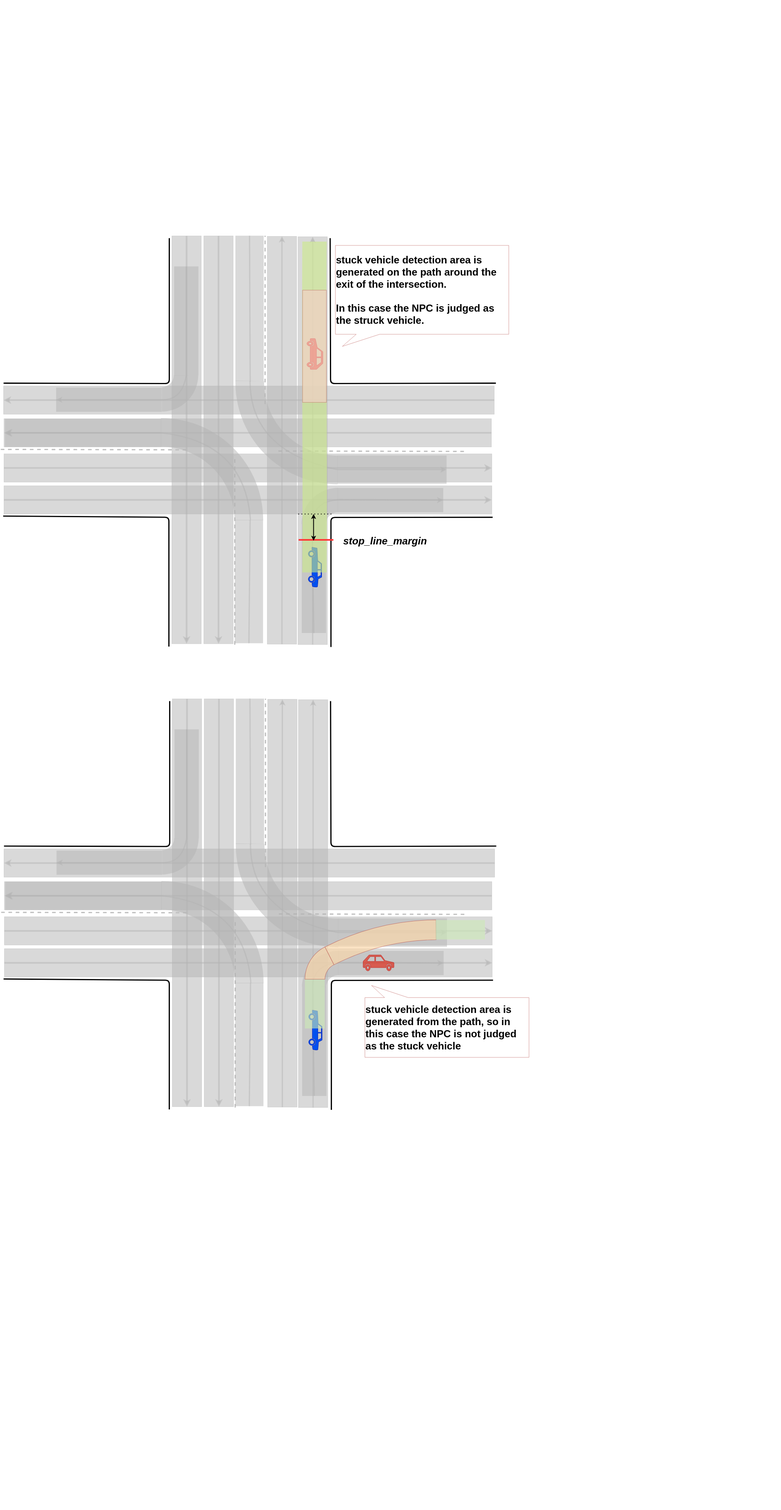
zusizusi/autoware.universe keeps this draw.io diagram as pr-3899/planning/behavior_velocity_intersection_module/docs/stuck-vehicle.drawio.svg. Above is the earlier version. Source tidied: cells renumbered, new cells last; positions are measured from the earlier drawing's top-left corner, leaving out a move shared by most shapes.
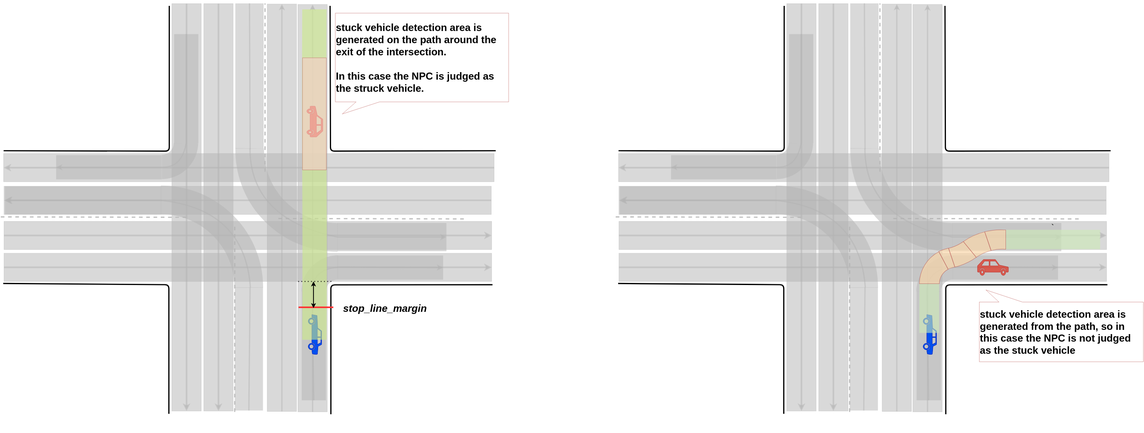
The same diagram one commit later.

What changed in the source:
```diff
@@ -4,12 +4,2 @@
     <mxCell id="1" parent="0" />
-    <mxCell id="2" style="endArrow=classic;html=1;dashed=1;edgeStyle=orthogonalEdgeStyle;elbow=vertical;strokeColor=none;rounded=0;" parent="1" edge="1">
-      <mxGeometry relative="1" as="geometry">
-        <mxPoint x="1262" as="sourcePoint" />
-        <mxPoint x="1502" y="10" as="targetPoint" />
-        <Array as="points">
-          <mxPoint x="1262" y="270" />
-          <mxPoint x="1502" y="270" />
-        </Array>
-      </mxGeometry>
-    </mxCell>
     <mxCell id="3" style="rounded=0;whiteSpace=wrap;html=1;fillColor=#B3B3B3;rotation=-180;fontColor=#333333;strokeColor=#B3B3B3;opacity=50;direction=west;" parent="1" vertex="1">
@@ -248,3 +238,3 @@
     <mxCell id="61" style="rounded=0;whiteSpace=wrap;html=1;fillColor=#B3B3B3;rotation=-180;fontColor=#333333;strokeColor=#B3B3B3;opacity=50;direction=west;" parent="1" vertex="1">
-      <mxGeometry x="53" y="2094" width="1214" height="69.9" as="geometry" />
+      <mxGeometry x="1574" y="948" width="1214" height="69.9" as="geometry" />
     </mxCell>
@@ -252,6 +242,6 @@
       <mxGeometry relative="1" as="geometry">
-        <mxPoint x="53" y="2087" as="sourcePoint" />
-        <mxPoint x="463" y="1728" as="targetPoint" />
+        <mxPoint x="1574" y="941" as="sourcePoint" />
+        <mxPoint x="1984" y="582" as="targetPoint" />
         <Array as="points">
-          <mxPoint x="463" y="2088" />
+          <mxPoint x="1984" y="942" />
         </Array>
@@ -261,6 +251,6 @@
       <mxGeometry relative="1" as="geometry">
-        <mxPoint x="52" y="2416" as="sourcePoint" />
-        <mxPoint x="462" y="2739" as="targetPoint" />
+        <mxPoint x="1573" y="1270" as="sourcePoint" />
+        <mxPoint x="1983" y="1593" as="targetPoint" />
         <Array as="points">
-          <mxPoint x="462" y="2419" />
+          <mxPoint x="1983" y="1273" />
         </Array>
@@ -270,6 +260,6 @@
       <mxGeometry relative="1" as="geometry">
-        <mxPoint x="1271" y="2087" as="sourcePoint" />
-        <mxPoint x="861" y="1728" as="targetPoint" />
+        <mxPoint x="2792" y="941" as="sourcePoint" />
+        <mxPoint x="2382" y="582" as="targetPoint" />
         <Array as="points">
-          <mxPoint x="862" y="2088" />
+          <mxPoint x="2383" y="942" />
         </Array>
@@ -279,4 +269,4 @@
       <mxGeometry relative="1" as="geometry">
-        <mxPoint x="625" y="2734.3" as="sourcePoint" />
-        <mxPoint x="625" y="2266" as="targetPoint" />
+        <mxPoint x="2146" y="1588.3" as="sourcePoint" />
+        <mxPoint x="2146" y="1120" as="targetPoint" />
       </mxGeometry>
@@ -285,6 +275,6 @@
       <mxGeometry relative="1" as="geometry">
-        <mxPoint x="1263" y="2419" as="sourcePoint" />
-        <mxPoint x="863" y="2740" as="targetPoint" />
+        <mxPoint x="2784" y="1273" as="sourcePoint" />
+        <mxPoint x="2384" y="1594" as="targetPoint" />
         <Array as="points">
-          <mxPoint x="863" y="2419.5" />
+          <mxPoint x="2384" y="1273.5" />
         </Array>
@@ -293,6 +283,6 @@
     <mxCell id="67" style="rounded=0;whiteSpace=wrap;html=1;fillColor=#B3B3B3;rotation=90;fontColor=#333333;strokeColor=#B3B3B3;opacity=50;direction=west;" parent="1" vertex="1">
-      <mxGeometry x="1" y="2191" width="1009.5" height="72.6" as="geometry" />
+      <mxGeometry x="1522" y="1045" width="1009.5" height="72.6" as="geometry" />
     </mxCell>
     <mxCell id="68" style="rounded=0;whiteSpace=wrap;html=1;fillColor=#B3B3B3;rotation=90;fontColor=#333333;strokeColor=#B3B3B3;opacity=50;direction=west;" parent="1" vertex="1">
-      <mxGeometry x="80" y="2191" width="1009.5" height="72.6" as="geometry" />
+      <mxGeometry x="1601" y="1045" width="1009.5" height="72.6" as="geometry" />
     </mxCell>
@@ -300,4 +290,4 @@
       <mxGeometry relative="1" as="geometry">
-        <mxPoint x="733" y="2255" as="sourcePoint" />
-        <mxPoint x="1193" y="2256" as="targetPoint" />
+        <mxPoint x="2254" y="1109" as="sourcePoint" />
+        <mxPoint x="2714" y="1110" as="targetPoint" />
       </mxGeometry>
@@ -305,3 +295,3 @@
     <mxCell id="70" style="rounded=0;whiteSpace=wrap;html=1;fillColor=#B3B3B3;rotation=-180;fontColor=#333333;strokeColor=#B3B3B3;opacity=50;direction=west;" parent="1" vertex="1">
-      <mxGeometry x="54" y="2341" width="1207" height="69.9" as="geometry" />
+      <mxGeometry x="1575" y="1195" width="1207" height="69.9" as="geometry" />
     </mxCell>
@@ -321,4 +311,4 @@
       <mxGeometry relative="1" as="geometry">
-        <mxPoint x="700" y="2139" as="sourcePoint" />
-        <mxPoint x="700" y="1722" as="targetPoint" />
+        <mxPoint x="2221" y="993" as="sourcePoint" />
+        <mxPoint x="2221" y="576" as="targetPoint" />
       </mxGeometry>
@@ -327,4 +317,4 @@
       <mxGeometry relative="1" as="geometry">
-        <mxPoint x="46" y="2251" as="sourcePoint" />
-        <mxPoint x="506" y="2252" as="targetPoint" />
+        <mxPoint x="1567" y="1105" as="sourcePoint" />
+        <mxPoint x="2027" y="1106" as="targetPoint" />
       </mxGeometry>
@@ -332,6 +322,6 @@
     <mxCell id="77" style="rounded=0;whiteSpace=wrap;html=1;fillColor=#B3B3B3;rotation=-180;fontColor=#333333;strokeColor=#B3B3B3;opacity=50;direction=west;" parent="1" vertex="1">
-      <mxGeometry x="54" y="2175" width="1206" height="69.9" as="geometry" />
+      <mxGeometry x="1575" y="1029" width="1206" height="69.9" as="geometry" />
     </mxCell>
     <mxCell id="78" style="rounded=0;whiteSpace=wrap;html=1;fillColor=#B3B3B3;rotation=-180;fontColor=#333333;strokeColor=#B3B3B3;opacity=50;direction=west;" parent="1" vertex="1">
-      <mxGeometry x="54" y="2262" width="1207" height="69.9" as="geometry" />
+      <mxGeometry x="1575" y="1116" width="1207" height="69.9" as="geometry" />
     </mxCell>
@@ -344,3 +334,3 @@
     <mxCell id="81" style="group;rotation=90;" parent="1" vertex="1">
-      <mxGeometry x="748.8" y="2313.5" width="396.2" height="387.9" as="geometry" />
+      <mxGeometry x="2269.8" y="1167.5" width="396.2" height="387.9" as="geometry" />
     </mxCell>
@@ -369,3 +359,3 @@
     <mxCell id="88" style="group;" parent="1" vertex="1">
-      <mxGeometry x="521.6" y="1721.9" width="716.7" height="720.3" as="geometry" />
+      <mxGeometry x="2042.6" y="575.9" width="716.7" height="720.3" as="geometry" />
     </mxCell>
@@ -394,3 +384,3 @@
     <mxCell id="95" style="group;rotation=90;" parent="1" vertex="1">
-      <mxGeometry x="179" y="1803" width="396.2" height="387.2" as="geometry" />
+      <mxGeometry x="1700" y="657" width="396.2" height="387.2" as="geometry" />
     </mxCell>
@@ -419,3 +409,3 @@
     <mxCell id="102" style="rounded=0;whiteSpace=wrap;html=1;fillColor=#B3B3B3;rotation=-90;fontColor=#333333;strokeColor=#B3B3B3;opacity=50;direction=west;" parent="1" vertex="1">
-      <mxGeometry x="237" y="2192" width="1009.5" height="72.6" as="geometry" />
+      <mxGeometry x="1758" y="1046" width="1009.5" height="72.6" as="geometry" />
     </mxCell>
@@ -425,3 +415,3 @@
     <mxCell id="104" style="rounded=0;whiteSpace=wrap;html=1;fillColor=#B3B3B3;rotation=-90;fontColor=#333333;strokeColor=#B3B3B3;opacity=50;direction=west;" parent="1" vertex="1">
-      <mxGeometry x="313" y="2193" width="1009.5" height="72.6" as="geometry" />
+      <mxGeometry x="1834" y="1047" width="1009.5" height="72.6" as="geometry" />
     </mxCell>
@@ -431,3 +421,3 @@
     <mxCell id="106" style="group;" parent="1" vertex="1">
-      <mxGeometry x="56" y="2068.5" width="744.3" height="716.7" as="geometry" />
+      <mxGeometry x="1577" y="922.5" width="744.3" height="716.7" as="geometry" />
     </mxCell>
@@ -456,46 +446,52 @@
     <mxCell id="113" style="shape=mxgraph.signs.transportation.car_2;html=1;fillColor=#0050ef;strokeColor=#001DBC;verticalLabelPosition=bottom;verticalAlign=top;align=center;direction=south;fontColor=#ffffff;" parent="1" vertex="1">
-      <mxGeometry x="807" y="2493" width="33" height="100" as="geometry" />
+      <mxGeometry x="2328" y="1347" width="33" height="100" as="geometry" />
     </mxCell>
     <mxCell id="114" style="shape=mxgraph.signs.transportation.car_3;html=1;fillColor=#e51400;strokeColor=#B20000;verticalLabelPosition=bottom;verticalAlign=top;align=center;opacity=60;direction=east;fontColor=#ffffff;flipH=1;" parent="1" vertex="1">
-      <mxGeometry x="941.5" y="2356.5" width="76.5" height="39.5" as="geometry" />
+      <mxGeometry x="2462.5" y="1210.5" width="76.5" height="39.5" as="geometry" />
     </mxCell>
     <mxCell id="115" value="&lt;b&gt;&lt;font style=&quot;font-size: 25px;&quot;&gt;stuck vehicle detection area is generated from the path, so in this case the NPC is not judged as the stuck vehicle&lt;/font&gt;&lt;/b&gt;" style="shape=callout;whiteSpace=wrap;html=1;perimeter=calloutPerimeter;opacity=60;position2=0.04;size=30;position=0.12;align=left;base=58;fillColor=#FFFFFF;strokeColor=#b85450;direction=west;flipH=1;" parent="1" vertex="1">
-      <mxGeometry x="946" y="2432" width="406" height="178" as="geometry" />
+      <mxGeometry x="2467" y="1286" width="406" height="178" as="geometry" />
     </mxCell>
-    <mxCell id="116" style="group;" parent="1" vertex="1">
-      <mxGeometry x="285.7" y="2043.3" width="1687.8" height="1686.2" as="geometry" />
-    </mxCell>
+    <mxCell id="121" style="endArrow=none;html=1;rounded=0;fontSize=25;strokeWidth=4;strokeColor=#FF3333;" parent="1" edge="1">
+      <mxGeometry relative="1" as="geometry">
+        <mxPoint x="782" y="1329" as="sourcePoint" />
+        <mxPoint x="868" y="1329" as="targetPoint" />
+      </mxGeometry>
+    </mxCell>
+    <mxCell id="122" style="endArrow=classic;startArrow=classic;html=1;rounded=0;strokeColor=#000000;strokeWidth=2;fontSize=25;" parent="1" edge="1">
+      <mxGeometry relative="1" as="geometry">
+        <mxPoint x="819" y="1331" as="sourcePoint" />
+        <mxPoint x="819" y="1265" as="targetPoint" />
+      </mxGeometry>
+    </mxCell>
+    <mxCell id="123" style="endArrow=none;dashed=1;html=1;dashPattern=1 3;strokeWidth=2;rounded=0;strokeColor=#000000;fontSize=25;" parent="1" edge="1">
+      <mxGeometry relative="1" as="geometry">
+        <mxPoint x="781" y="1265" as="sourcePoint" />
+        <mxPoint x="864" y="1265" as="targetPoint" />
+      </mxGeometry>
+    </mxCell>
+    <mxCell id="124" value="&lt;b&gt;&lt;i&gt;stop_line_margin&lt;/i&gt;&lt;/b&gt;" style="text;html=1;align=center;verticalAlign=middle;strokeColor=none;fillColor=none;fontSize=25;" parent="1" vertex="1">
+      <mxGeometry x="881" y="1311" width="230" height="40" as="geometry" />
+    </mxCell>
-    <mxCell id="117" style="verticalLabelPosition=bottom;verticalAlign=top;html=1;shape=mxgraph.basic.rect;fillColor2=none;strokeWidth=1;size=20;indent=5;fontSize=20;fillColor=#CDEBB8;opacity=60;rotation=-90;strokeColor=none;" parent="116" vertex="1">
-      <mxGeometry x="475.3" y="409.7" width="122" height="49" as="geometry" />
+    <mxCell id="117" style="verticalLabelPosition=bottom;verticalAlign=top;html=1;shape=mxgraph.basic.rect;fillColor2=none;strokeWidth=1;size=20;indent=5;fontSize=20;fillColor=#CDEBB8;opacity=60;rotation=-90;strokeColor=none;" parent="1" vertex="1">
+      <mxGeometry x="2282" y="1307" width="122" height="49" as="geometry" />
     </mxCell>
-    <mxCell id="118" style="verticalLabelPosition=bottom;verticalAlign=top;html=1;shape=mxgraph.basic.partConcEllipse;startAngle=0.8759885273072829;endAngle=0.05020089485822083;arcWidth=0.55;fillColor=#fad7ac;rotation=-225;strokeColor=#B85450;opacity=70;direction=west;" parent="116" vertex="1">
-      <mxGeometry x="511.3" y="283.7" width="181" height="179" as="geometry" />
+    <mxCell id="118" style="verticalLabelPosition=bottom;verticalAlign=top;html=1;shape=mxgraph.basic.partConcEllipse;startAngle=0.8759885273072829;endAngle=0.04709809181118112;arcWidth=0.55;fillColor=#fad7ac;rotation=-225;strokeColor=#B85450;opacity=70;direction=west;" parent="1" vertex="1">
+      <mxGeometry x="2318" y="1181" width="181" height="179" as="geometry" />
     </mxCell>
-    <mxCell id="119" style="verticalLabelPosition=bottom;verticalAlign=top;html=1;shape=mxgraph.basic.partConcEllipse;startAngle=0.8413229493116962;endAngle=0.9148085370841252;arcWidth=0.08;fillColor=#fad7ac;rotation=-150;strokeColor=#B85450;opacity=70;direction=west;" parent="116" vertex="1">
-      <mxGeometry x="225.3" y="226.7" width="1237.2" height="1232.7" as="geometry" />
+    <mxCell id="119" style="verticalLabelPosition=bottom;verticalAlign=top;html=1;shape=mxgraph.basic.partConcEllipse;startAngle=0.8461782085554137;endAngle=0.87170760883716;arcWidth=0.31;fillColor=#fad7ac;rotation=-150;strokeColor=#B85450;opacity=70;direction=west;" parent="1" vertex="1">
+      <mxGeometry x="2276.4" y="1181.5" width="329.8" height="302.2" as="geometry" />
     </mxCell>
-    <mxCell id="120" style="verticalLabelPosition=bottom;verticalAlign=top;html=1;shape=mxgraph.basic.rect;fillColor2=none;strokeWidth=1;size=20;indent=5;fontSize=20;fillColor=#CDEBB8;opacity=60;rotation=-180;strokeColor=none;" parent="116" vertex="1">
-      <mxGeometry x="835.3" y="226.7" width="122" height="48" as="geometry" />
+    <mxCell id="120" value="`" style="verticalLabelPosition=bottom;verticalAlign=top;html=1;shape=mxgraph.basic.rect;fillColor2=none;strokeWidth=1;size=20;indent=5;fontSize=20;fillColor=#CDEBB8;opacity=60;rotation=-180;strokeColor=none;" parent="1" vertex="1">
+      <mxGeometry x="2533" y="1137" width="233" height="48" as="geometry" />
     </mxCell>
-    <mxCell id="121" style="endArrow=none;html=1;rounded=0;fontSize=25;strokeWidth=4;strokeColor=#FF3333;" parent="1" edge="1">
-      <mxGeometry relative="1" as="geometry">
-        <mxPoint x="782" y="1329" as="sourcePoint" />
-        <mxPoint x="868" y="1329" as="targetPoint" />
-      </mxGeometry>
-    </mxCell>
-    <mxCell id="122" style="endArrow=classic;startArrow=classic;html=1;rounded=0;strokeColor=#000000;strokeWidth=2;fontSize=25;" parent="1" edge="1">
-      <mxGeometry relative="1" as="geometry">
-        <mxPoint x="819" y="1331" as="sourcePoint" />
-        <mxPoint x="819" y="1265" as="targetPoint" />
-      </mxGeometry>
-    </mxCell>
-    <mxCell id="123" style="endArrow=none;dashed=1;html=1;dashPattern=1 3;strokeWidth=2;rounded=0;strokeColor=#000000;fontSize=25;" parent="1" edge="1">
-      <mxGeometry relative="1" as="geometry">
-        <mxPoint x="781" y="1265" as="sourcePoint" />
-        <mxPoint x="864" y="1265" as="targetPoint" />
-      </mxGeometry>
-    </mxCell>
-    <mxCell id="124" value="&lt;b&gt;&lt;i&gt;stop_line_margin&lt;/i&gt;&lt;/b&gt;" style="text;html=1;align=center;verticalAlign=middle;strokeColor=none;fillColor=none;fontSize=25;" parent="1" vertex="1">
-      <mxGeometry x="881" y="1311" width="230" height="40" as="geometry" />
-    </mxCell>
+    <mxCell id="125" style="verticalLabelPosition=bottom;verticalAlign=top;html=1;shape=mxgraph.basic.partConcEllipse;startAngle=0.8119984455360418;endAngle=0.87170760883716;arcWidth=0.31;fillColor=#fad7ac;rotation=-150;strokeColor=#B85450;opacity=70;direction=east;" parent="1" vertex="1">
+      <mxGeometry x="2191" y="928" width="329.8" height="302.2" as="geometry" />
+    </mxCell>
+    <mxCell id="126" style="verticalLabelPosition=bottom;verticalAlign=top;html=1;shape=mxgraph.basic.partConcEllipse;startAngle=0.8119984455360418;endAngle=0.87170760883716;arcWidth=0.31;fillColor=#fad7ac;rotation=-150;strokeColor=#B85450;opacity=70;direction=west;" parent="1" vertex="1">
+      <mxGeometry x="2366" y="1141" width="329.8" height="302.2" as="geometry" />
+    </mxCell>
+    <mxCell id="127" style="verticalLabelPosition=bottom;verticalAlign=top;html=1;shape=mxgraph.basic.partConcEllipse;startAngle=0.8703881045306033;endAngle=0.9225916559731754;arcWidth=0.31;fillColor=#fad7ac;rotation=-150;strokeColor=#B85450;opacity=70;direction=west;" parent="1" vertex="1">
+      <mxGeometry x="2367.4" y="1140.5" width="329.8" height="302.2" as="geometry" />
+    </mxCell>
   </root>
```
